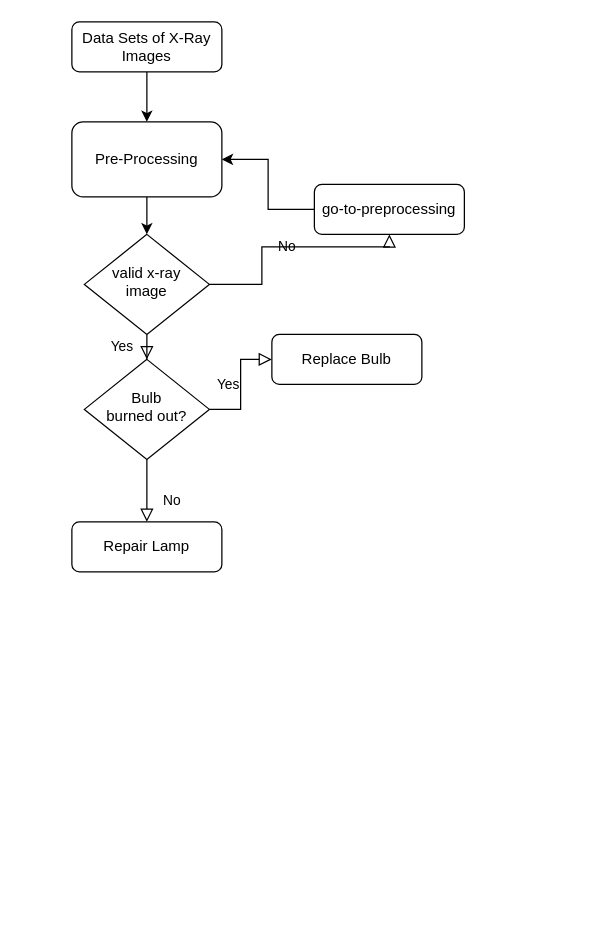
The draw.io diagram bonefracture.drawio in gk201719nit/bruteforce-diagram, before the edit. Source tidied: cells renumbered, new cells numbered last; positions are measured from the earlier drawing's top-left corner, leaving out a move shared by most shapes. Both pictures are drawn from the tidied source at 125%, with x=0, y=0 at pixel (71, 21).
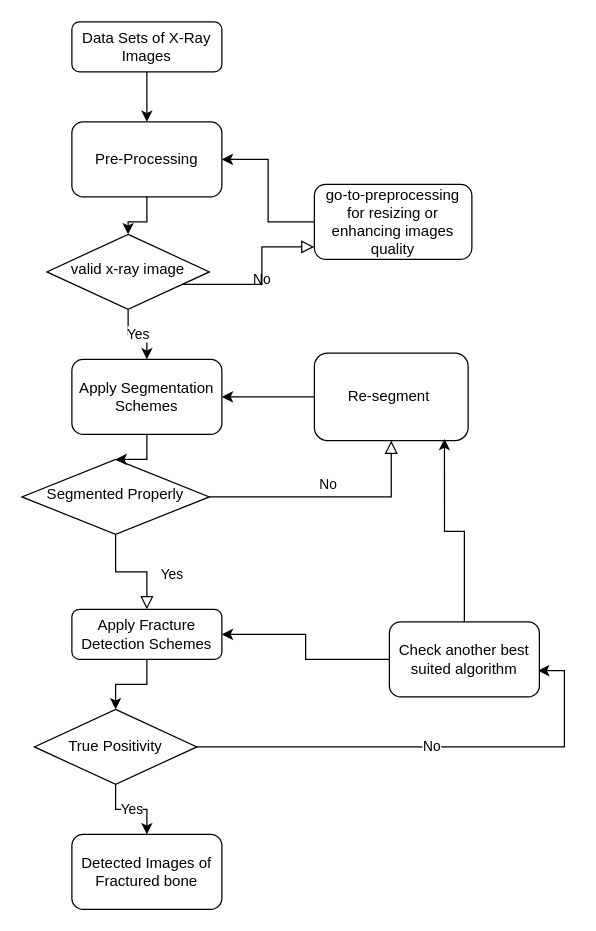
After the change.

Diff of the diagram source:
```diff
@@
-    <mxCell id="4" value="Yes" style="rounded=0;html=1;jettySize=auto;fontSize=11;endArrow=block;endFill=0;endSize=8;strokeWidth=1;shadow=0;labelBackgroundColor=none;edgeStyle=orthogonalEdgeStyle;" parent="1" edge="1" source="6" target="11">
-      <mxGeometry y="20" relative="1" as="geometry" />
-    </mxCell>
@@
+    <mxCell id="16" value="Yes" style="edgeStyle=orthogonalEdgeStyle;rounded=0;jettySize=auto;html=1;" parent="1" edge="1" source="6" target="20">
+      <mxGeometry relative="1" as="geometry" />
+    </mxCell>
     <mxCell id="6" value="valid x-ray image" style="rhombus;whiteSpace=wrap;html=1;shadow=0;fontFamily=Helvetica;fontSize=12;align=center;strokeWidth=1;spacing=6;spacingTop=-4;" parent="1" vertex="1">
-      <mxGeometry x="10" y="170" width="100" height="80" as="geometry" />
+      <mxGeometry x="-20" y="170" width="130" height="60" as="geometry" />
     </mxCell>
@@
-    <mxCell id="8" value="go-to-preprocessing" style="rounded=1;whiteSpace=wrap;html=1;fontSize=12;glass=0;strokeWidth=1;shadow=0;" parent="1" vertex="1">
-      <mxGeometry x="194" y="130" width="120" height="40" as="geometry" />
+    <mxCell id="8" value="go-to-preprocessing&lt;br&gt;for resizing or enhancing images quality" style="rounded=1;whiteSpace=wrap;html=1;fontSize=12;glass=0;strokeWidth=1;shadow=0;" parent="1" vertex="1">
+      <mxGeometry x="194" y="130" width="126" height="60" as="geometry" />
     </mxCell>
-    <mxCell id="9" value="No" style="rounded=0;html=1;jettySize=auto;fontSize=11;endArrow=block;endFill=0;endSize=8;strokeWidth=1;shadow=0;labelBackgroundColor=none;edgeStyle=orthogonalEdgeStyle;" parent="1" edge="1" source="11" target="12">
+    <mxCell id="9" value="Yes" style="rounded=0;html=1;jettySize=auto;fontSize=11;endArrow=block;endFill=0;endSize=8;strokeWidth=1;shadow=0;labelBackgroundColor=none;edgeStyle=orthogonalEdgeStyle;" parent="1" edge="1" source="11" target="12">
       <mxGeometry x="0.33" y="20" relative="1" as="geometry" />
     </mxCell>
-    <mxCell id="10" value="Yes" style="edgeStyle=orthogonalEdgeStyle;rounded=0;html=1;jettySize=auto;fontSize=11;endArrow=block;endFill=0;endSize=8;strokeWidth=1;shadow=0;labelBackgroundColor=none;" parent="1" edge="1" source="11" target="13">
+    <mxCell id="10" value="No" style="edgeStyle=orthogonalEdgeStyle;rounded=0;html=1;jettySize=auto;fontSize=11;endArrow=block;endFill=0;endSize=8;strokeWidth=1;shadow=0;labelBackgroundColor=none;" parent="1" edge="1" source="11" target="13">
       <mxGeometry y="10" relative="1" as="geometry" />
     </mxCell>
-    <mxCell id="11" value="Bulb&lt;br&gt;burned out?" style="rhombus;whiteSpace=wrap;html=1;shadow=0;fontFamily=Helvetica;fontSize=12;align=center;strokeWidth=1;spacing=6;spacingTop=-4;" parent="1" vertex="1">
-      <mxGeometry x="10" y="270" width="100" height="80" as="geometry" />
+    <mxCell id="11" value="Segmented Properly" style="rhombus;whiteSpace=wrap;html=1;shadow=0;fontFamily=Helvetica;fontSize=12;align=center;strokeWidth=1;spacing=6;spacingTop=-4;" parent="1" vertex="1">
+      <mxGeometry x="-40" y="350" width="150" height="60" as="geometry" />
     </mxCell>
+    <mxCell id="17" style="edgeStyle=orthogonalEdgeStyle;rounded=0;jettySize=auto;html=1;entryX=0.5;entryY=0;entryDx=0;entryDy=0;" parent="1" edge="1" source="12" target="24">
+      <mxGeometry relative="1" as="geometry" />
+    </mxCell>
-    <mxCell id="12" value="Repair Lamp" style="rounded=1;whiteSpace=wrap;html=1;fontSize=12;glass=0;strokeWidth=1;shadow=0;" parent="1" vertex="1">
-      <mxGeometry y="400" width="120" height="40" as="geometry" />
+    <mxCell id="12" value="Apply Fracture Detection Schemes" style="rounded=1;whiteSpace=wrap;html=1;fontSize=12;glass=0;strokeWidth=1;shadow=0;" parent="1" vertex="1">
+      <mxGeometry y="470" width="120" height="40" as="geometry" />
     </mxCell>
+    <mxCell id="18" style="edgeStyle=orthogonalEdgeStyle;rounded=0;jettySize=auto;html=1;" parent="1" edge="1" source="13" target="20">
+      <mxGeometry relative="1" as="geometry" />
+    </mxCell>
-    <mxCell id="13" value="Replace Bulb" style="rounded=1;whiteSpace=wrap;html=1;fontSize=12;glass=0;strokeWidth=1;shadow=0;" parent="1" vertex="1">
-      <mxGeometry x="160" y="250" width="120" height="40" as="geometry" />
+    <mxCell id="13" value="Re-segment&amp;nbsp;" style="rounded=1;whiteSpace=wrap;html=1;fontSize=12;glass=0;strokeWidth=1;shadow=0;" parent="1" vertex="1">
+      <mxGeometry x="194" y="265" width="123" height="70" as="geometry" />
     </mxCell>
@@
+    <mxCell id="19" style="edgeStyle=orthogonalEdgeStyle;rounded=0;jettySize=auto;html=1;" parent="1" edge="1" source="20" target="11">
+      <mxGeometry relative="1" as="geometry" />
+    </mxCell>
+    <mxCell id="20" value="Apply Segmentation Schemes" style="rounded=1;whiteSpace=wrap;html=1;" parent="1" vertex="1">
+      <mxGeometry y="270" width="120" height="60" as="geometry" />
+    </mxCell>
+    <mxCell id="21" value="Detected Images of Fractured bone" style="whiteSpace=wrap;html=1;rounded=1;glass=0;strokeWidth=1;shadow=0;" parent="1" vertex="1">
+      <mxGeometry y="650" width="120" height="60" as="geometry" />
+    </mxCell>
+    <mxCell id="22" value="Yes" style="edgeStyle=orthogonalEdgeStyle;rounded=0;jettySize=auto;html=1;" parent="1" edge="1" source="24" target="21">
+      <mxGeometry relative="1" as="geometry" />
+    </mxCell>
+    <mxCell id="23" value="No" style="edgeStyle=orthogonalEdgeStyle;rounded=0;jettySize=auto;html=1;entryX=0.992;entryY=0.65;entryDx=0;entryDy=0;entryPerimeter=0;" parent="1" edge="1" source="24" target="27">
+      <mxGeometry relative="1" as="geometry" />
+    </mxCell>
+    <mxCell id="24" value="True Positivity" style="rhombus;whiteSpace=wrap;html=1;" parent="1" vertex="1">
+      <mxGeometry x="-30" y="550" width="130" height="60" as="geometry" />
+    </mxCell>
+    <mxCell id="25" style="edgeStyle=orthogonalEdgeStyle;rounded=0;jettySize=auto;html=1;entryX=1;entryY=0.5;entryDx=0;entryDy=0;" parent="1" edge="1" source="27" target="12">
+      <mxGeometry relative="1" as="geometry" />
+    </mxCell>
+    <mxCell id="26" style="edgeStyle=orthogonalEdgeStyle;rounded=0;jettySize=auto;html=1;entryX=0.846;entryY=0.98;entryDx=0;entryDy=0;entryPerimeter=0;" parent="1" edge="1" source="27" target="13">
+      <mxGeometry relative="1" as="geometry" />
+    </mxCell>
+    <mxCell id="27" value="Check another best suited algorithm" style="whiteSpace=wrap;html=1;rounded=1;glass=0;strokeWidth=1;shadow=0;" parent="1" vertex="1">
+      <mxGeometry x="254" y="480" width="120" height="60" as="geometry" />
+    </mxCell>
```
